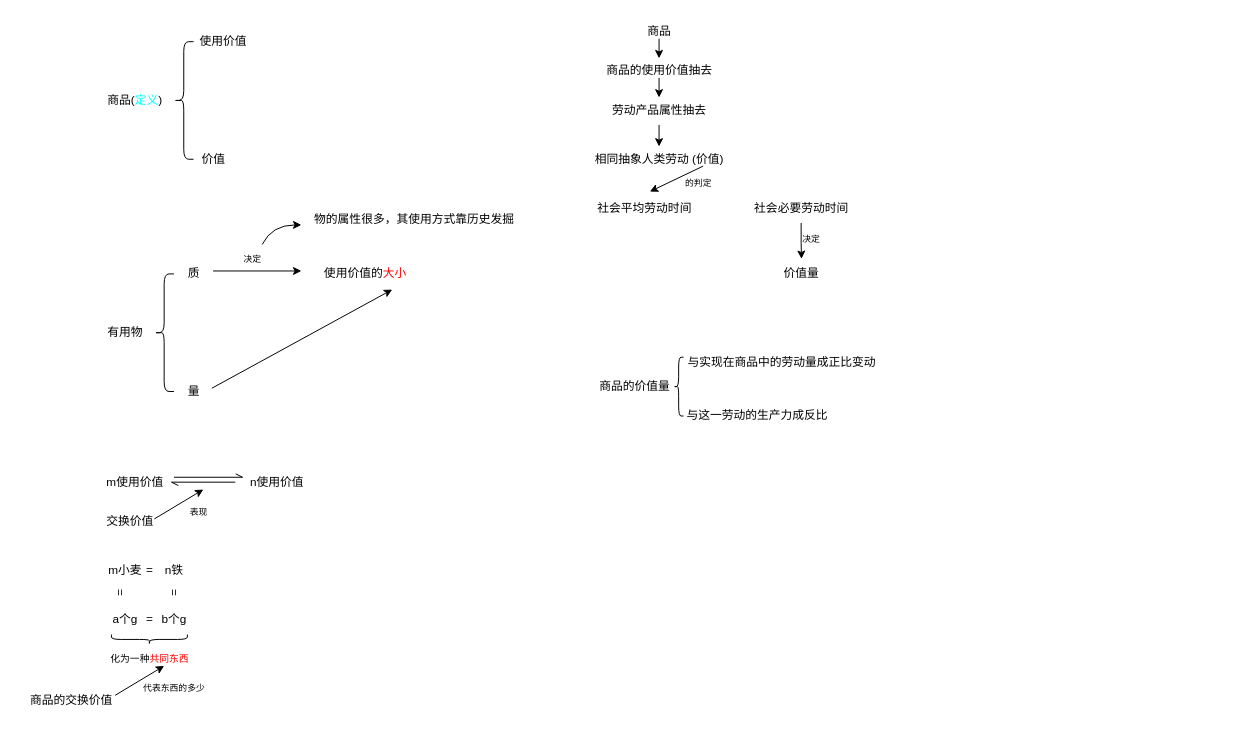
wcjlh/for-draw.io keeps this draw.io diagram as 资本论/1.1.1 商品的两个因素:使用价值和价值.drawio. Above is the earlier version. Source tidied: cells renumbered, new cells numbered last; positions are measured from the earlier drawing's top-left corner, leaving out a move shared by most shapes. Both pictures are drawn from the tidied source at 98%, with x=0, y=0 at pixel (17, 17).
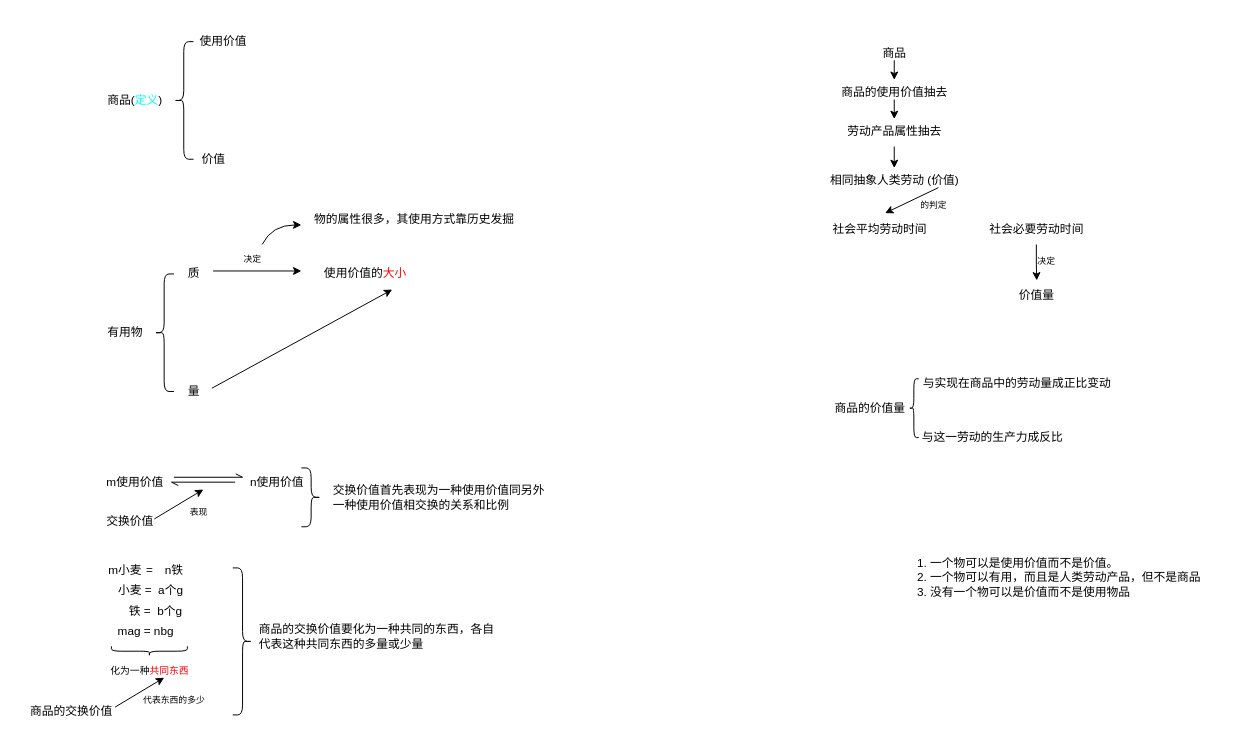
The same page after the edit.

Commit message:
更新1.1.1 商品的两个因素:使用价值和价值.drawio

The edit, as a diff of the source:
```diff
@@
-    <mxCell id="26" value="=" style="text;html=1;align=center;verticalAlign=middle;strokeColor=none;fillColor=none;rotation=90;" parent="1" vertex="1">
-      <mxGeometry x="90" y="572" width="30" height="30" as="geometry" />
-    </mxCell>
-    <mxCell id="27" value="=" style="text;html=1;align=center;verticalAlign=middle;strokeColor=none;fillColor=none;rotation=90;" parent="1" vertex="1">
-      <mxGeometry x="145" y="572" width="30" height="30" as="geometry" />
-    </mxCell>
-    <mxCell id="28" value="a个g" style="text;html=1;align=center;verticalAlign=middle;strokeColor=none;fillColor=none;" parent="1" vertex="1">
-      <mxGeometry x="85" y="600" width="50" height="30" as="geometry" />
-    </mxCell>
-    <mxCell id="29" value="=" style="text;html=1;align=center;verticalAlign=middle;strokeColor=none;fillColor=none;" parent="1" vertex="1">
-      <mxGeometry x="120" y="600" width="30" height="30" as="geometry" />
-    </mxCell>
-    <mxCell id="30" value="b个g" style="text;html=1;align=center;verticalAlign=middle;strokeColor=none;fillColor=none;" parent="1" vertex="1">
-      <mxGeometry x="135" y="600" width="50" height="30" as="geometry" />
-    </mxCell>
     <mxCell id="31" style="shape=curlyBracket;whiteSpace=wrap;html=1;rounded=1;flipH=1;labelPosition=right;verticalLabelPosition=middle;align=left;verticalAlign=middle;direction=north;" parent="1" vertex="1">
-      <mxGeometry x="96.2" y="630" width="77.5" height="10" as="geometry" />
+      <mxGeometry x="96.2" y="642" width="77.5" height="10" as="geometry" />
     </mxCell>
     <mxCell id="32" value="化为一种&lt;font style=&quot;color: rgb(255, 0, 0);&quot;&gt;共同东西&lt;/font&gt;" style="text;html=1;align=center;verticalAlign=middle;strokeColor=none;fillColor=none;fontSize=10;" parent="1" vertex="1">
-      <mxGeometry x="85" y="640" width="100" height="30" as="geometry" />
+      <mxGeometry x="85" y="652" width="100" height="30" as="geometry" />
     </mxCell>
     <mxCell id="33" value="商品的交换价值" style="text;html=1;align=center;verticalAlign=middle;strokeColor=none;fillColor=none;" parent="1" vertex="1">
-      <mxGeometry y="682" width="110" height="30" as="geometry" />
+      <mxGeometry y="694" width="110" height="30" as="geometry" />
     </mxCell>
     <mxCell id="34" style="endArrow=classic;html=1;rounded=0;" parent="1" edge="1">
       <mxGeometry relative="1" as="geometry">
-        <mxPoint x="100" y="692" as="sourcePoint" />
-        <mxPoint x="150" y="662" as="targetPoint" />
+        <mxPoint x="100" y="704" as="sourcePoint" />
+        <mxPoint x="150" y="674" as="targetPoint" />
       </mxGeometry>
     </mxCell>
     <mxCell id="35" value="代表东西的多少" style="text;html=1;align=center;verticalAlign=middle;strokeColor=none;fillColor=none;fontSize=9;" parent="1" vertex="1">
-      <mxGeometry x="115" y="675" width="90" height="20" as="geometry" />
+      <mxGeometry x="115" y="687" width="90" height="20" as="geometry" />
     </mxCell>
     <mxCell id="36" value="商品" style="text;html=1;align=center;verticalAlign=middle;strokeColor=none;fillColor=none;" parent="1" vertex="1">
-      <mxGeometry x="630" width="50" height="30" as="geometry" />
+      <mxGeometry x="870" y="22" width="50" height="30" as="geometry" />
     </mxCell>
     <mxCell id="37" style="endArrow=classic;html=1;rounded=0;" parent="1" edge="1">
       <mxGeometry relative="1" as="geometry">
-        <mxPoint x="655" y="22" as="sourcePoint" />
-        <mxPoint x="655" y="42" as="targetPoint" />
+        <mxPoint x="895" y="44" as="sourcePoint" />
+        <mxPoint x="895" y="64" as="targetPoint" />
       </mxGeometry>
     </mxCell>
     <mxCell id="38" value="商品的使用价值抽去" style="text;html=1;align=center;verticalAlign=middle;points=[];strokeColor=none;fillColor=none;" parent="1" vertex="1">
-      <mxGeometry x="590" y="40" width="130" height="30" as="geometry" />
+      <mxGeometry x="830" y="62" width="130" height="30" as="geometry" />
     </mxCell>
     <mxCell id="39" style="endArrow=classic;html=1;rounded=0;" parent="1" edge="1">
       <mxGeometry relative="1" as="geometry">
-        <mxPoint x="655" y="72" as="sourcePoint" />
-        <mxPoint x="655" y="72" as="targetPoint" />
+        <mxPoint x="895" y="94" as="sourcePoint" />
+        <mxPoint x="895" y="94" as="targetPoint" />
       </mxGeometry>
     </mxCell>
     <mxCell id="40" style="endArrow=classic;html=1;rounded=0;exitX=0.5;exitY=0.733;exitDx=0;exitDy=0;exitPerimeter=0;" parent="1" edge="1" source="38">
       <mxGeometry relative="1" as="geometry">
-        <mxPoint x="655" y="82" as="targetPoint" />
+        <mxPoint x="895" y="104" as="targetPoint" />
       </mxGeometry>
     </mxCell>
     <mxCell id="41" value="劳动产品属性抽去" style="text;html=1;align=center;verticalAlign=middle;points=[];strokeColor=none;fillColor=none;" parent="1" vertex="1">
-      <mxGeometry x="595" y="80" width="120" height="30" as="geometry" />
+      <mxGeometry x="835" y="102" width="120" height="30" as="geometry" />
     </mxCell>
     <mxCell id="42" style="endArrow=classic;html=1;rounded=0;" parent="1" edge="1" source="41">
       <mxGeometry relative="1" as="geometry">
-        <mxPoint x="655" y="132" as="targetPoint" />
+        <mxPoint x="895" y="154" as="targetPoint" />
       </mxGeometry>
     </mxCell>
     <mxCell id="43" value="相同抽象人类劳动 (价值)" style="text;html=1;align=center;verticalAlign=middle;strokeColor=none;fillColor=none;" parent="1" vertex="1">
-      <mxGeometry x="580" y="130" width="150" height="30" as="geometry" />
+      <mxGeometry x="820" y="152" width="150" height="30" as="geometry" />
     </mxCell>
     <mxCell id="44" value="社会平均劳动时间" style="text;html=1;align=center;verticalAlign=middle;points=[];strokeColor=none;fillColor=none;" parent="1" vertex="1">
-      <mxGeometry x="580" y="180" width="120" height="30" as="geometry" />
+      <mxGeometry x="820" y="202" width="120" height="30" as="geometry" />
     </mxCell>
     <mxCell id="45" style="endArrow=classic;html=1;rounded=0;entryX=0.547;entryY=-0.067;entryDx=0;entryDy=0;entryPerimeter=0;" parent="1" edge="1" target="44">
       <mxGeometry relative="1" as="geometry">
-        <mxPoint x="700" y="152" as="sourcePoint" />
+        <mxPoint x="940" y="174" as="sourcePoint" />
       </mxGeometry>
     </mxCell>
     <mxCell id="46" value="的判定" style="text;html=1;align=center;verticalAlign=middle;strokeColor=none;fillColor=none;fontSize=9;" parent="1" vertex="1">
-      <mxGeometry x="670" y="160" width="50" height="20" as="geometry" />
+      <mxGeometry x="910" y="182" width="50" height="20" as="geometry" />
     </mxCell>
     <mxCell id="47" value="社会必要劳动时间" style="text;html=1;align=center;verticalAlign=middle;points=[];strokeColor=none;fillColor=none;" parent="1" vertex="1">
-      <mxGeometry x="740" y="180" width="120" height="30" as="geometry" />
+      <mxGeometry x="980" y="202" width="120" height="30" as="geometry" />
     </mxCell>
     <mxCell id="48" value="价值量" style="text;html=1;align=center;verticalAlign=middle;points=[];strokeColor=none;fillColor=none;" parent="1" vertex="1">
-      <mxGeometry x="770" y="247" width="60" height="30" as="geometry" />
+      <mxGeometry x="1010" y="269" width="60" height="30" as="geometry" />
     </mxCell>
@@
     <mxCell id="50" value="决定" style="text;html=1;align=center;verticalAlign=middle;strokeColor=none;fillColor=none;fontSize=9;" parent="1" vertex="1">
-      <mxGeometry x="790" y="217" width="40" height="20" as="geometry" />
+      <mxGeometry x="1030" y="239" width="40" height="20" as="geometry" />
     </mxCell>
     <mxCell id="51" value="商品的价值量" style="text;html=1;align=center;verticalAlign=middle;strokeColor=none;fillColor=none;" parent="1" vertex="1">
-      <mxGeometry x="580" y="362" width="100" height="30" as="geometry" />
+      <mxGeometry x="820" y="384" width="100" height="30" as="geometry" />
     </mxCell>
     <mxCell id="52" style="shape=curlyBracket;whiteSpace=wrap;html=1;rounded=1;labelPosition=left;verticalLabelPosition=middle;align=right;verticalAlign=middle;" parent="1" vertex="1">
-      <mxGeometry x="670" y="347" width="10" height="60" as="geometry" />
+      <mxGeometry x="910" y="369" width="10" height="60" as="geometry" />
     </mxCell>
     <mxCell id="53" value="与实现在商品中的劳动量成正比变动" style="text;html=1;align=center;verticalAlign=middle;strokeColor=none;fillColor=none;" parent="1" vertex="1">
-      <mxGeometry x="670" y="337" width="220" height="30" as="geometry" />
+      <mxGeometry x="910" y="359" width="220" height="30" as="geometry" />
     </mxCell>
     <mxCell id="54" value="与这一劳动的生产力成反比" style="text;html=1;align=center;verticalAlign=middle;strokeColor=none;fillColor=none;" parent="1" vertex="1">
-      <mxGeometry x="670" y="392" width="170" height="30" as="geometry" />
+      <mxGeometry x="910" y="414" width="170" height="30" as="geometry" />
     </mxCell>
+    <mxCell id="55" value="&lt;ol&gt;&lt;li&gt;一个物可以是使用价值而不是价值。&lt;/li&gt;&lt;li&gt;一个物可以有用，而且是人类劳动产品，但不是商品&lt;/li&gt;&lt;li&gt;没有一个物可以是价值而不是使用物品&lt;/li&gt;&lt;/ol&gt;" style="text;strokeColor=none;fillColor=none;html=1;whiteSpace=wrap;verticalAlign=middle;overflow=hidden;" parent="1" vertex="1">
+      <mxGeometry x="890" y="532" width="361" height="80" as="geometry" />
+    </mxCell>
+    <mxCell id="56" value="小麦 =&amp;nbsp; a个g" style="text;html=1;align=center;verticalAlign=middle;strokeColor=none;fillColor=none;" parent="1" vertex="1">
+      <mxGeometry x="91.2" y="570" width="90" height="30" as="geometry" />
+    </mxCell>
+    <mxCell id="57" value="铁 =&amp;nbsp; b个g" style="text;html=1;align=center;verticalAlign=middle;strokeColor=none;fillColor=none;" parent="1" vertex="1">
+      <mxGeometry x="101.2" y="592" width="80" height="30" as="geometry" />
+    </mxCell>
+    <mxCell id="58" value="mag = nbg" style="text;html=1;align=center;verticalAlign=middle;strokeColor=none;fillColor=none;" parent="1" vertex="1">
+      <mxGeometry x="91.2" y="612" width="80" height="30" as="geometry" />
+    </mxCell>
+    <mxCell id="59" style="shape=curlyBracket;whiteSpace=wrap;html=1;rounded=1;flipH=1;labelPosition=right;verticalLabelPosition=middle;align=left;verticalAlign=middle;size=0.5;" parent="1" vertex="1">
+      <mxGeometry x="290" y="460" width="20" height="60" as="geometry" />
+    </mxCell>
+    <mxCell id="60" value="交换价值首先表现为一&lt;span style=&quot;background-color: transparent; color: light-dark(rgb(0, 0, 0), rgb(255, 255, 255));&quot;&gt;种使用价值同另外&lt;/span&gt;&lt;div style=&quot;text-align: left;&quot;&gt;&lt;span style=&quot;background-color: transparent; color: light-dark(rgb(0, 0, 0), rgb(255, 255, 255));&quot;&gt;一种使用价值相交换的关系和比例&lt;/span&gt;&lt;/div&gt;" style="text;html=1;align=center;verticalAlign=middle;strokeColor=none;fillColor=none;" parent="1" vertex="1">
+      <mxGeometry x="310" y="470" width="240" height="40" as="geometry" />
+    </mxCell>
+    <mxCell id="61" style="shape=curlyBracket;whiteSpace=wrap;html=1;rounded=1;flipH=1;labelPosition=right;verticalLabelPosition=middle;align=left;verticalAlign=middle;" parent="1" vertex="1">
+      <mxGeometry x="220" y="562" width="20" height="150" as="geometry" />
+    </mxCell>
+    <mxCell id="62" value="商品的交换价值要化为一种共同的东西，各自&lt;div&gt;代表这种共同东西的多量或少量&lt;/div&gt;" style="text;html=1;align=left;verticalAlign=middle;strokeColor=none;fillColor=none;" parent="1" vertex="1">
+      <mxGeometry x="245" y="612" width="260" height="40" as="geometry" />
+    </mxCell>
```
